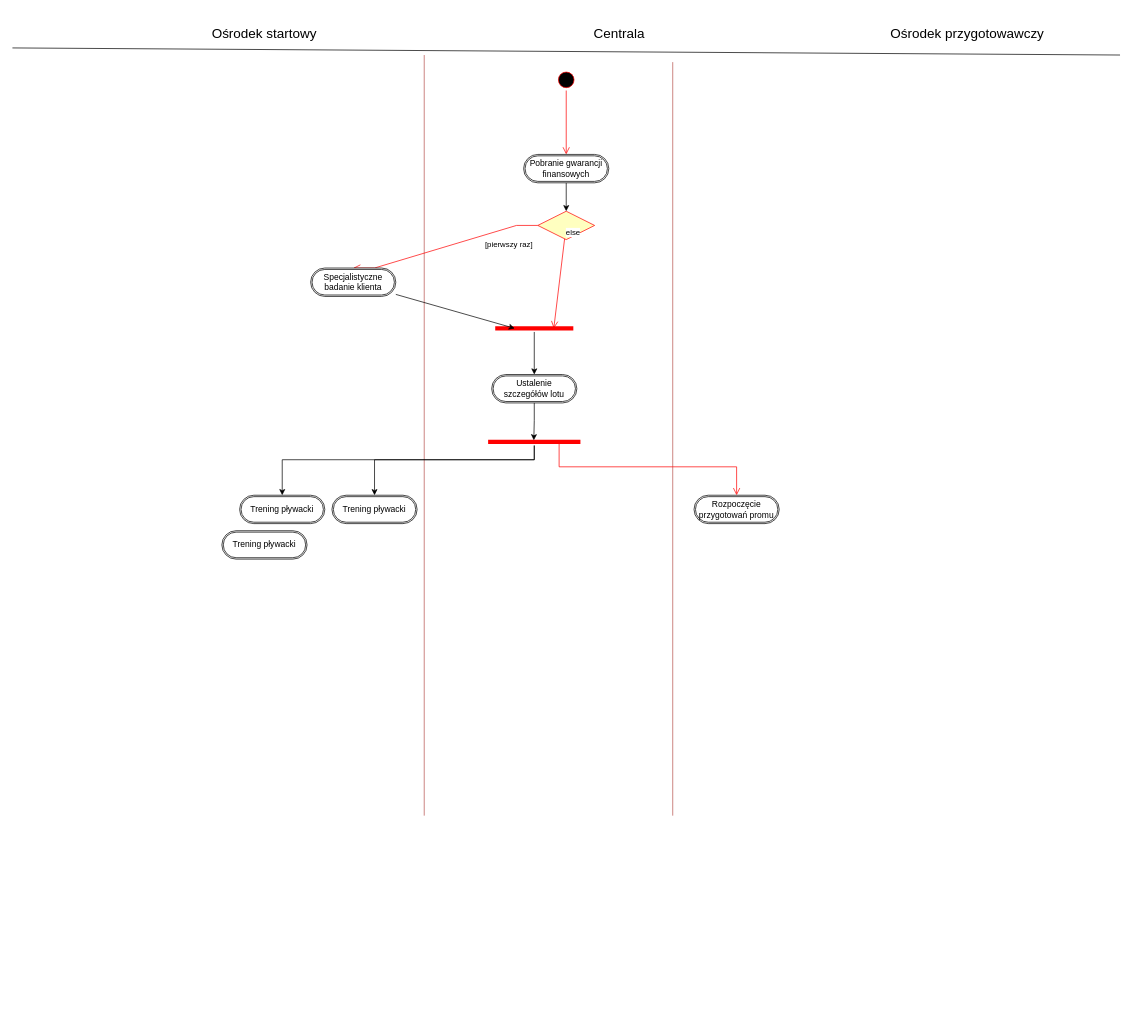
MichjuX/UML_Diagrams keeps this draw.io diagram as diagram_czynosci.drawio. Above is the earlier version. Source tidied: cells renumbered, new cells numbered last; positions are measured from the earlier drawing's top-left corner, leaving out a move shared by most shapes. Both pictures are drawn from the tidied source at 71%, with x=0, y=0 at pixel (12, 12).
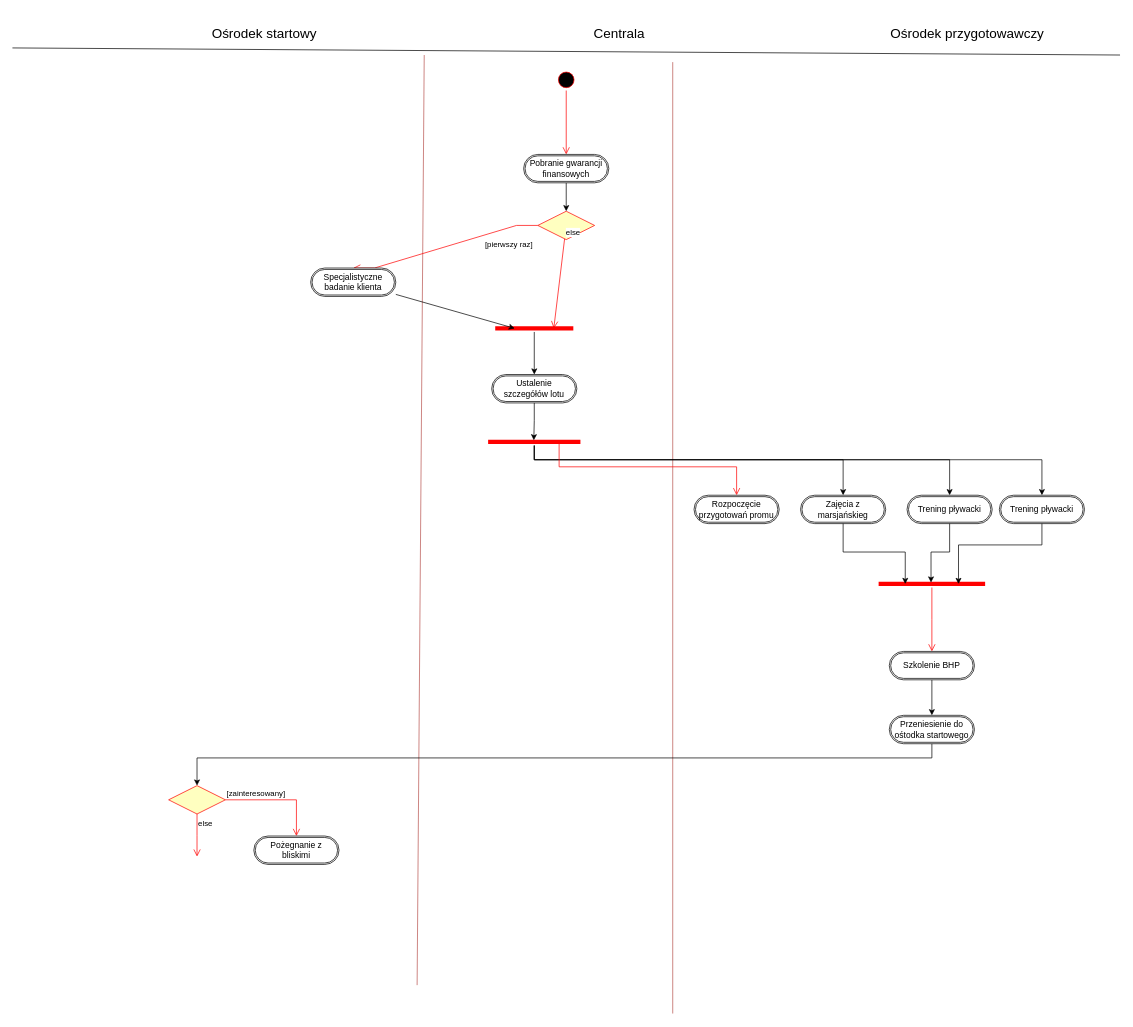
The same page after the edit.

Unchanged cells that the change refers to:
```xml
<mxCell id="23" style="shape=line;html=1;strokeWidth=6;strokeColor=#ff0000;" parent="1" vertex="1">
  <mxGeometry x="670" y="600" width="130" height="10" as="geometry" />
</mxCell>
```

What changed in the source:
```diff
@@
     <mxCell id="6" style="endArrow=none;html=1;rounded=0;fillColor=#f8cecc;strokeColor=#b85450;" parent="1" edge="1">
       <mxGeometry relative="1" as="geometry">
-        <mxPoint x="580" y="1131.3" as="sourcePoint" />
+        <mxPoint x="570" y="1370" as="sourcePoint" />
         <mxPoint x="580" y="60" as="targetPoint" />
       </mxGeometry>
     </mxCell>
     <mxCell id="7" style="endArrow=none;html=1;rounded=0;fillColor=#f8cecc;strokeColor=#b85450;" parent="1" edge="1">
       <mxGeometry relative="1" as="geometry">
-        <mxPoint x="930" y="1131.3" as="sourcePoint" />
+        <mxPoint x="930" y="1410" as="sourcePoint" />
         <mxPoint x="930" y="70" as="targetPoint" />
       </mxGeometry>
     </mxCell>
@@
+    <mxCell id="29" style="edgeStyle=orthogonalEdgeStyle;rounded=0;jettySize=auto;html=1;entryX=0.5;entryY=0;entryDx=0;entryDy=0;" parent="1" edge="1" source="23" target="28">
+      <mxGeometry relative="1" as="geometry">
+        <Array as="points">
+          <mxPoint x="735" y="630" />
+          <mxPoint x="1170" y="630" />
+        </Array>
+      </mxGeometry>
+    </mxCell>
+    <mxCell id="22" style="edgeStyle=orthogonalEdgeStyle;rounded=0;jettySize=auto;html=1;entryX=0.5;entryY=0;entryDx=0;entryDy=0;" parent="1" edge="1" source="23" target="27">
+      <mxGeometry relative="1" as="geometry">
+        <Array as="points">
+          <mxPoint x="735" y="630" />
+          <mxPoint x="1320" y="630" />
+        </Array>
+      </mxGeometry>
+    </mxCell>
-    <mxCell id="21" style="edgeStyle=orthogonalEdgeStyle;rounded=0;jettySize=auto;html=1;" parent="1" edge="1" source="23" target="26">
+    <mxCell id="21" style="edgeStyle=orthogonalEdgeStyle;rounded=0;jettySize=auto;html=1;entryX=0.5;entryY=0;entryDx=0;entryDy=0;" parent="1" edge="1" source="23" target="26">
       <mxGeometry relative="1" as="geometry">
         <Array as="points">
           <mxPoint x="735" y="630" />
-          <mxPoint x="510" y="630" />
+          <mxPoint x="1450" y="630" />
         </Array>
       </mxGeometry>
     </mxCell>
-    <mxCell id="22" style="edgeStyle=orthogonalEdgeStyle;rounded=0;jettySize=auto;html=1;" parent="1" edge="1" source="23" target="27">
-      <mxGeometry relative="1" as="geometry">
-        <Array as="points">
-          <mxPoint x="735" y="630" />
-          <mxPoint x="380" y="630" />
-        </Array>
-      </mxGeometry>
-    </mxCell>
@@
     <mxCell id="26" value="Trening pływacki" style="shape=ext;double=1;rounded=1;whiteSpace=wrap;html=1;arcSize=50;" parent="1" vertex="1">
-      <mxGeometry x="450" y="680" width="120" height="40" as="geometry" />
+      <mxGeometry x="1390" y="680" width="120" height="40" as="geometry" />
     </mxCell>
     <mxCell id="27" value="Trening pływacki" style="shape=ext;double=1;rounded=1;whiteSpace=wrap;html=1;arcSize=50;" parent="1" vertex="1">
-      <mxGeometry x="320" y="680" width="120" height="40" as="geometry" />
+      <mxGeometry x="1260" y="680" width="120" height="40" as="geometry" />
     </mxCell>
-    <mxCell id="28" value="Trening pływacki" style="shape=ext;double=1;rounded=1;whiteSpace=wrap;html=1;arcSize=50;" parent="1" vertex="1">
-      <mxGeometry x="295" y="730" width="120" height="40" as="geometry" />
+    <mxCell id="28" value="Zajęcia z marsjańskieg" style="shape=ext;double=1;rounded=1;whiteSpace=wrap;html=1;arcSize=50;" parent="1" vertex="1">
+      <mxGeometry x="1110" y="680" width="120" height="40" as="geometry" />
     </mxCell>
+    <mxCell id="30" style="edgeStyle=orthogonalEdgeStyle;rounded=0;jettySize=auto;html=1;entryX=0.5;entryY=0;entryDx=0;entryDy=0;" parent="1" edge="1" source="31" target="38">
+      <mxGeometry relative="1" as="geometry" />
+    </mxCell>
+    <mxCell id="31" value="Szkolenie BHP" style="shape=ext;double=1;rounded=1;whiteSpace=wrap;html=1;arcSize=50;" parent="1" vertex="1">
+      <mxGeometry x="1235" y="900" width="120" height="40" as="geometry" />
+    </mxCell>
+    <mxCell id="32" style="shape=line;html=1;strokeWidth=6;strokeColor=#ff0000;" parent="1" vertex="1">
+      <mxGeometry x="1220" y="800" width="150" height="10" as="geometry" />
+    </mxCell>
+    <mxCell id="33" style="edgeStyle=orthogonalEdgeStyle;html=1;verticalAlign=bottom;endArrow=open;endSize=8;strokeColor=#ff0000;rounded=0;entryX=0.5;entryY=0;entryDx=0;entryDy=0;" parent="1" edge="1" source="32">
+      <mxGeometry relative="1" as="geometry">
+        <mxPoint x="1295" y="900" as="targetPoint" />
+      </mxGeometry>
+    </mxCell>
+    <mxCell id="34" style="edgeStyle=orthogonalEdgeStyle;rounded=0;jettySize=auto;html=1;entryX=0.25;entryY=0.5;entryDx=0;entryDy=0;entryPerimeter=0;" parent="1" edge="1" source="28" target="32">
+      <mxGeometry relative="1" as="geometry" />
+    </mxCell>
+    <mxCell id="35" style="edgeStyle=orthogonalEdgeStyle;rounded=0;jettySize=auto;html=1;entryX=0.492;entryY=0.3;entryDx=0;entryDy=0;entryPerimeter=0;" parent="1" edge="1" source="27" target="32">
+      <mxGeometry relative="1" as="geometry" />
+    </mxCell>
+    <mxCell id="36" style="edgeStyle=orthogonalEdgeStyle;rounded=0;jettySize=auto;html=1;entryX=0.75;entryY=0.5;entryDx=0;entryDy=0;entryPerimeter=0;" parent="1" edge="1" source="26" target="32">
+      <mxGeometry relative="1" as="geometry">
+        <Array as="points">
+          <mxPoint x="1450" y="750" />
+          <mxPoint x="1332" y="750" />
+        </Array>
+      </mxGeometry>
+    </mxCell>
+    <mxCell id="37" style="edgeStyle=orthogonalEdgeStyle;rounded=0;jettySize=auto;html=1;entryX=0.5;entryY=0;entryDx=0;entryDy=0;" parent="1" edge="1" source="38" target="39">
+      <mxGeometry relative="1" as="geometry">
+        <Array as="points">
+          <mxPoint x="1295" y="1050" />
+          <mxPoint x="260" y="1050" />
+        </Array>
+      </mxGeometry>
+    </mxCell>
+    <mxCell id="38" value="Przeniesienie do ośtodka startowego" style="shape=ext;double=1;rounded=1;whiteSpace=wrap;html=1;arcSize=50;" parent="1" vertex="1">
+      <mxGeometry x="1235" y="990" width="120" height="40" as="geometry" />
+    </mxCell>
+    <mxCell id="39" style="rhombus;whiteSpace=wrap;html=1;fontColor=#000000;fillColor=#ffffc0;strokeColor=#ff0000;" parent="1" vertex="1">
+      <mxGeometry x="220" y="1089" width="80" height="40" as="geometry" />
+    </mxCell>
+    <mxCell id="40" value="[zainteresowany]" style="edgeStyle=orthogonalEdgeStyle;html=1;align=left;verticalAlign=bottom;endArrow=open;endSize=8;strokeColor=#ff0000;rounded=0;entryX=0.5;entryY=0;entryDx=0;entryDy=0;" parent="1" edge="1" source="39" target="42">
+      <mxGeometry x="-1" relative="1" as="geometry" />
+    </mxCell>
+    <mxCell id="41" value="else&lt;div&gt;&lt;br&gt;&lt;/div&gt;" style="edgeStyle=orthogonalEdgeStyle;html=1;align=left;verticalAlign=top;endArrow=open;endSize=8;strokeColor=#ff0000;rounded=0;" parent="1" edge="1" source="39">
+      <mxGeometry x="-1" relative="1" as="geometry">
+        <mxPoint x="260" y="1189" as="targetPoint" />
+      </mxGeometry>
+    </mxCell>
+    <mxCell id="42" value="Pożegnanie z bliskimi" style="shape=ext;double=1;rounded=1;whiteSpace=wrap;html=1;arcSize=50;" parent="1" vertex="1">
+      <mxGeometry x="340" y="1160" width="120" height="40" as="geometry" />
+    </mxCell>
```
